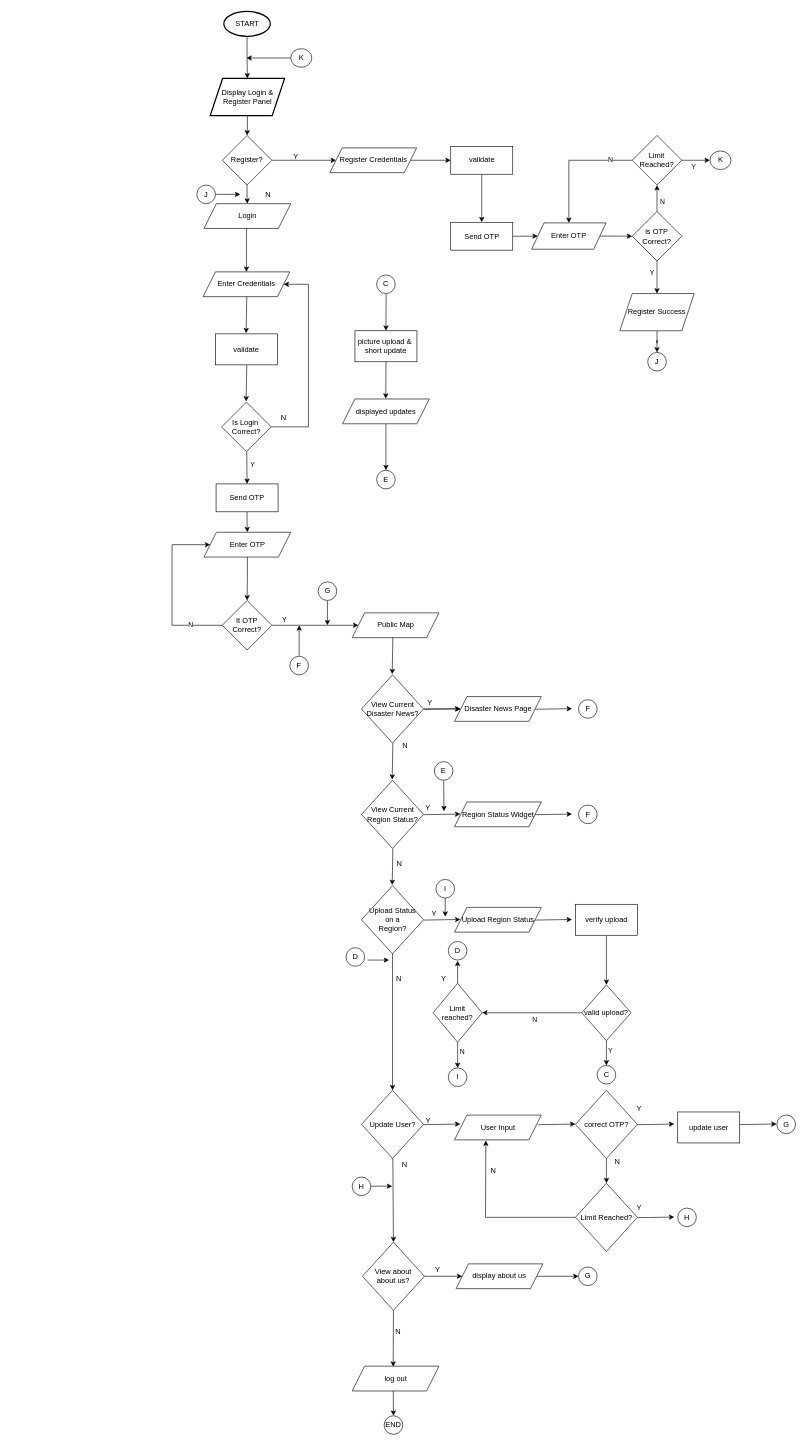
Before: Projects/Flowchart.drawio in N0Obitaz/DrawIODiagrams, a draw.io diagram. Source tidied: cells renumbered, new cells numbered last; positions are measured from the earlier drawing's top-left corner, leaving out a move shared by most shapes. Both pictures are drawn from the tidied source at 62%, with x=0, y=0 at pixel (11, 11).
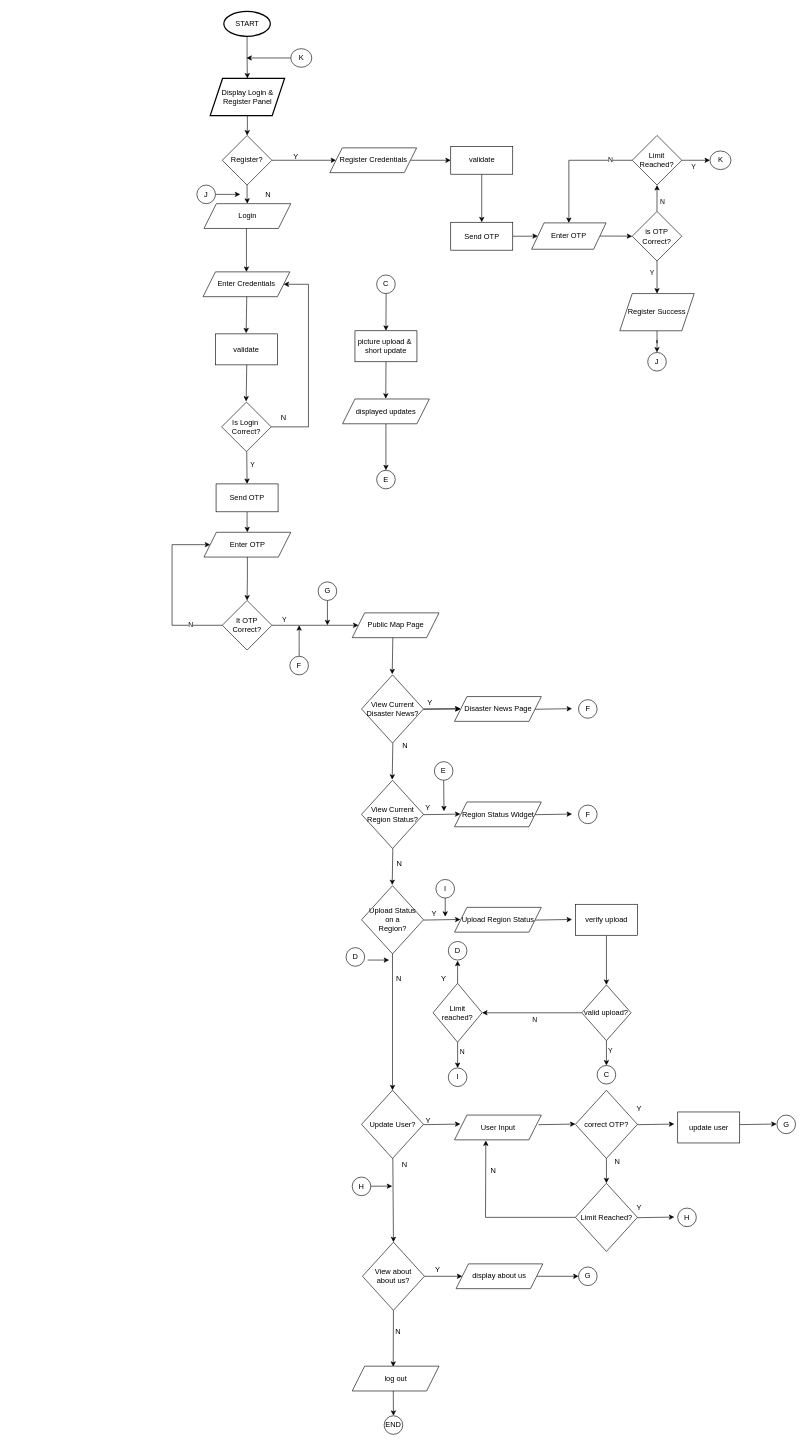
After the change.

What changed in the source:
```diff
@@
-    <mxCell id="12" value="Public Map" style="shape=parallelogram;perimeter=parallelogramPerimeter;whiteSpace=wrap;html=1;fixedSize=1;" parent="1" vertex="1">
+    <mxCell id="12" value="Public Map Page" style="shape=parallelogram;perimeter=parallelogramPerimeter;whiteSpace=wrap;html=1;fixedSize=1;" parent="1" vertex="1">
       <mxGeometry x="550.6" y="970" width="140" height="40" as="geometry" />
     </mxCell>
```
